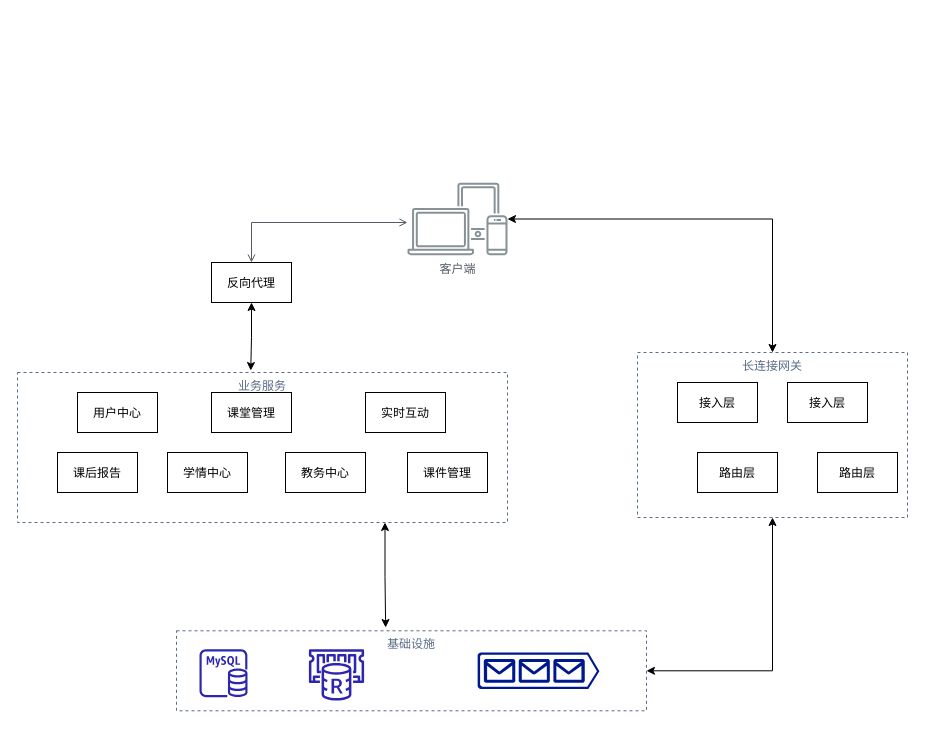
Before: wisroom.drawio in idamiaoo/draw, a draw.io diagram. Source tidied: cells renumbered, new cells numbered last; positions are measured from the earlier drawing's top-left corner, leaving out a move shared by most shapes. Both pictures are drawn from the tidied source at 100%, with x=0, y=0 at pixel (17, 182). Pictures stored in the file or linked from it are replaced by grey dashed boxes.
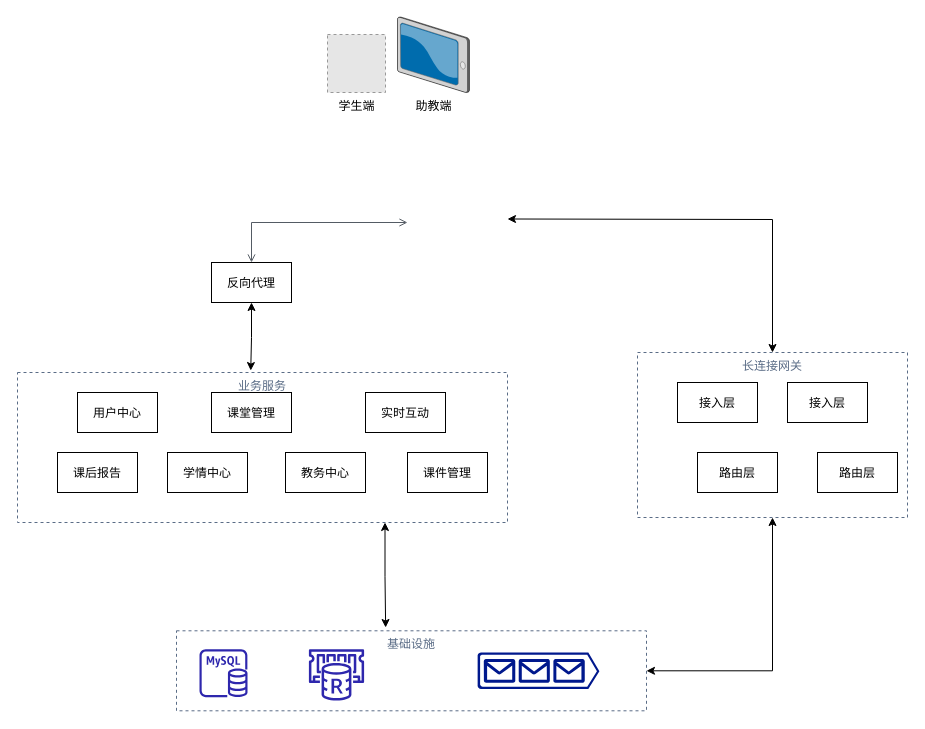
The same diagram, later.

Unchanged cells that the change refers to:
```xml
<mxCell id="18" value="反向代理" style="fontStyle=0;" parent="1" vertex="1">
  <mxGeometry x="194" y="80" width="80" height="40" as="geometry" />
</mxCell>
<mxCell id="25" value="长连接网关" style="fillColor=none;strokeColor=#5A6C86;dashed=1;verticalAlign=top;fontStyle=0;fontColor=#5A6C86;" parent="1" vertex="1">
  <mxGeometry x="620" y="170" width="270" height="165" as="geometry" />
</mxCell>
```

What changed in the source:
```diff
@@
-    <mxCell id="13" style="edgeStyle=orthogonalEdgeStyle;rounded=0;jettySize=auto;html=1;entryX=0.5;entryY=0;entryDx=0;entryDy=0;startArrow=classic;startFill=1;" parent="1" edge="1" source="14" target="25">
-      <mxGeometry relative="1" as="geometry" />
+    <mxCell id="13" style="edgeStyle=orthogonalEdgeStyle;rounded=0;jettySize=auto;html=1;entryX=0.5;entryY=0;entryDx=0;entryDy=0;startArrow=classic;startFill=1;" parent="1" edge="1" target="25">
+      <mxGeometry relative="1" as="geometry">
+        <mxPoint x="490" y="36.5" as="sourcePoint" />
+      </mxGeometry>
     </mxCell>
-    <mxCell id="14" value="客户端" style="sketch=0;outlineConnect=0;gradientColor=none;fontColor=#545B64;strokeColor=none;fillColor=#879196;dashed=0;verticalLabelPosition=bottom;verticalAlign=top;align=center;html=1;fontSize=12;fontStyle=0;shape=mxgraph.aws4.illustration_devices;" parent="1" vertex="1">
-      <mxGeometry x="390" width="100" height="73" as="geometry" />
-    </mxCell>
@@
-    <mxCell id="19" style="edgeStyle=orthogonalEdgeStyle;html=1;endArrow=open;elbow=vertical;startArrow=open;startFill=0;endFill=0;strokeColor=#545B64;rounded=0;exitX=0.5;exitY=0;exitDx=0;exitDy=0;" parent="1" edge="1" source="18" target="14">
+    <mxCell id="19" style="edgeStyle=orthogonalEdgeStyle;html=1;endArrow=open;elbow=vertical;startArrow=open;startFill=0;endFill=0;strokeColor=#545B64;rounded=0;exitX=0.5;exitY=0;exitDx=0;exitDy=0;" parent="1" edge="1" source="18">
       <mxGeometry relative="1" as="geometry">
+        <mxPoint x="390" y="40" as="targetPoint" />
         <Array as="points">
           <mxPoint x="234" y="40" />
         </Array>
       </mxGeometry>
     </mxCell>
@@
+    <mxCell id="26" value="学生端" style="fillColor=#E6E6E6;strokeColor=#999999;dashed=1;html=1;verticalAlign=top;verticalLabelPosition=bottom;labelBackgroundColor=#ffffff;" parent="1" vertex="1">
+      <mxGeometry x="310" y="-148" width="58" height="58" as="geometry" />
+    </mxCell>
+    <mxCell id="27" value="助教端" style="verticalLabelPosition=bottom;sketch=0;html=1;verticalAlign=top;strokeColor=none;align=center;shape=mxgraph.citrix.tablet_2;" parent="1" vertex="1">
+      <mxGeometry x="380" y="-165.5" width="72" height="75.5" as="geometry" />
+    </mxCell>
```
